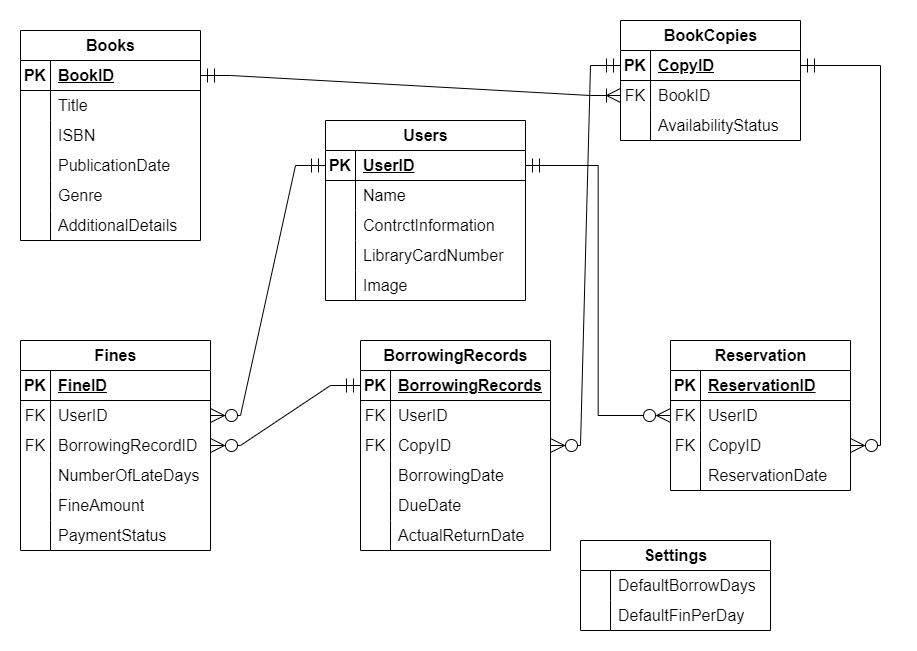
Before: Library Relational Schema.png, a diagram exported from draw.io (amineElgaini/LibraryApp). Source tidied: cells renumbered, new cells last; positions are measured from the earlier drawing's top-left corner, leaving out a move shared by most shapes.
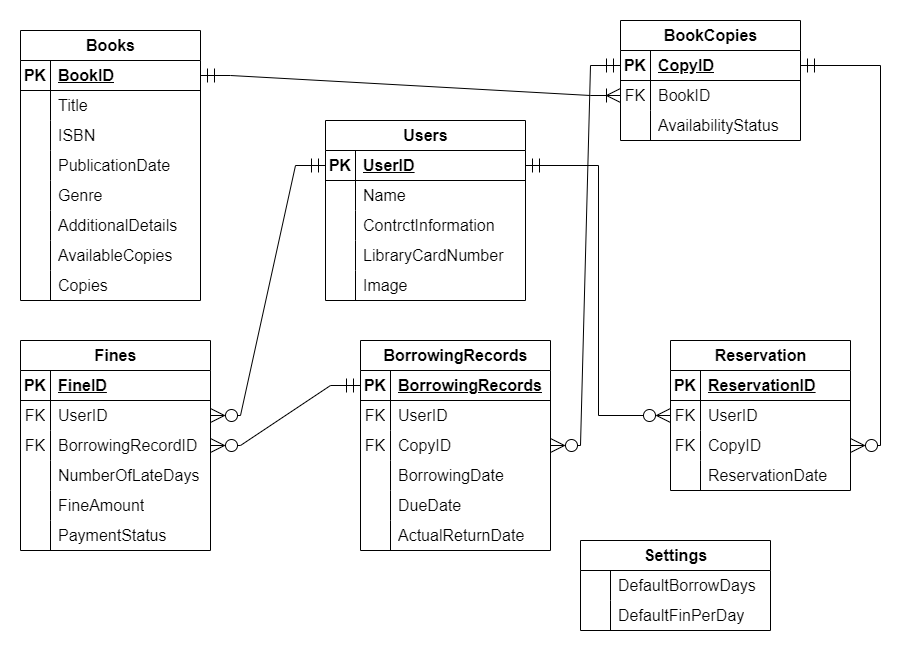
After the change.

What changed in the source:
```diff
@@ -3,7 +3,7 @@
     <mxCell id="0" />
     <mxCell id="1" parent="0" />
     <mxCell id="2" value="Books" style="shape=table;startSize=30;rowLines=0;fontStyle=1;align=center;html=1;fontSize=16;swimlaneLine=1;rounded=0;shadow=0;" parent="1" vertex="1">
-      <mxGeometry y="10" width="180" height="210" as="geometry" />
+      <mxGeometry y="10" width="180" height="270" as="geometry" />
     </mxCell>
     <mxCell id="3" style="shape=tableRow;horizontal=0;startSize=0;swimlaneHead=0;swimlaneBody=0;fillColor=none;points=[[0,0.5],[1,0.5]];portConstraint=eastwest;top=0;left=0;right=0;bottom=1;fontSize=16;" parent="2" vertex="1">
       <mxGeometry y="30" width="180" height="30" as="geometry" />
@@ -59,6 +59,24 @@
     <mxCell id="20" value="AdditionalDetails" style="shape=partialRectangle;fillColor=none;top=0;left=0;bottom=0;right=0;align=left;spacingLeft=6;overflow=hidden;whiteSpace=wrap;html=1;fontSize=16;" parent="18" vertex="1">
       <mxGeometry x="30" width="150" height="30" as="geometry" />
     </mxCell>
+    <mxCell id="111" style="shape=tableRow;horizontal=0;startSize=0;swimlaneHead=0;swimlaneBody=0;fillColor=none;top=0;left=0;right=0;bottom=0;fontSize=16;" parent="2" vertex="1">
+      <mxGeometry y="210" width="180" height="30" as="geometry" />
+    </mxCell>
+    <mxCell id="112" style="shape=partialRectangle;fillColor=none;top=0;left=0;bottom=0;right=0;overflow=hidden;whiteSpace=wrap;html=1;fontSize=16;" parent="111" vertex="1">
+      <mxGeometry width="30" height="30" as="geometry" />
+    </mxCell>
+    <mxCell id="113" value="AvailableCopies" style="shape=partialRectangle;fillColor=none;top=0;left=0;bottom=0;right=0;align=left;spacingLeft=6;overflow=hidden;whiteSpace=wrap;html=1;fontSize=16;" parent="111" vertex="1">
+      <mxGeometry x="30" width="150" height="30" as="geometry" />
+    </mxCell>
+    <mxCell id="114" style="shape=tableRow;horizontal=0;startSize=0;swimlaneHead=0;swimlaneBody=0;fillColor=none;top=0;left=0;right=0;bottom=0;fontSize=16;" parent="2" vertex="1">
+      <mxGeometry y="240" width="180" height="30" as="geometry" />
+    </mxCell>
+    <mxCell id="115" style="shape=partialRectangle;fillColor=none;top=0;left=0;bottom=0;right=0;overflow=hidden;whiteSpace=wrap;html=1;fontSize=16;" parent="114" vertex="1">
+      <mxGeometry width="30" height="30" as="geometry" />
+    </mxCell>
+    <mxCell id="116" value="Copies" style="shape=partialRectangle;fillColor=none;top=0;left=0;bottom=0;right=0;align=left;spacingLeft=6;overflow=hidden;whiteSpace=wrap;html=1;fontSize=16;" parent="114" vertex="1">
+      <mxGeometry x="30" width="150" height="30" as="geometry" />
+    </mxCell>
     <mxCell id="21" value="BookCopies" style="shape=table;startSize=30;rowLines=0;fontStyle=1;align=center;html=1;fontSize=16;fillStyle=auto;gradientColor=none;fillColor=default;" parent="1" vertex="1">
       <mxGeometry x="600" width="180" height="120" as="geometry" />
     </mxCell>
```
